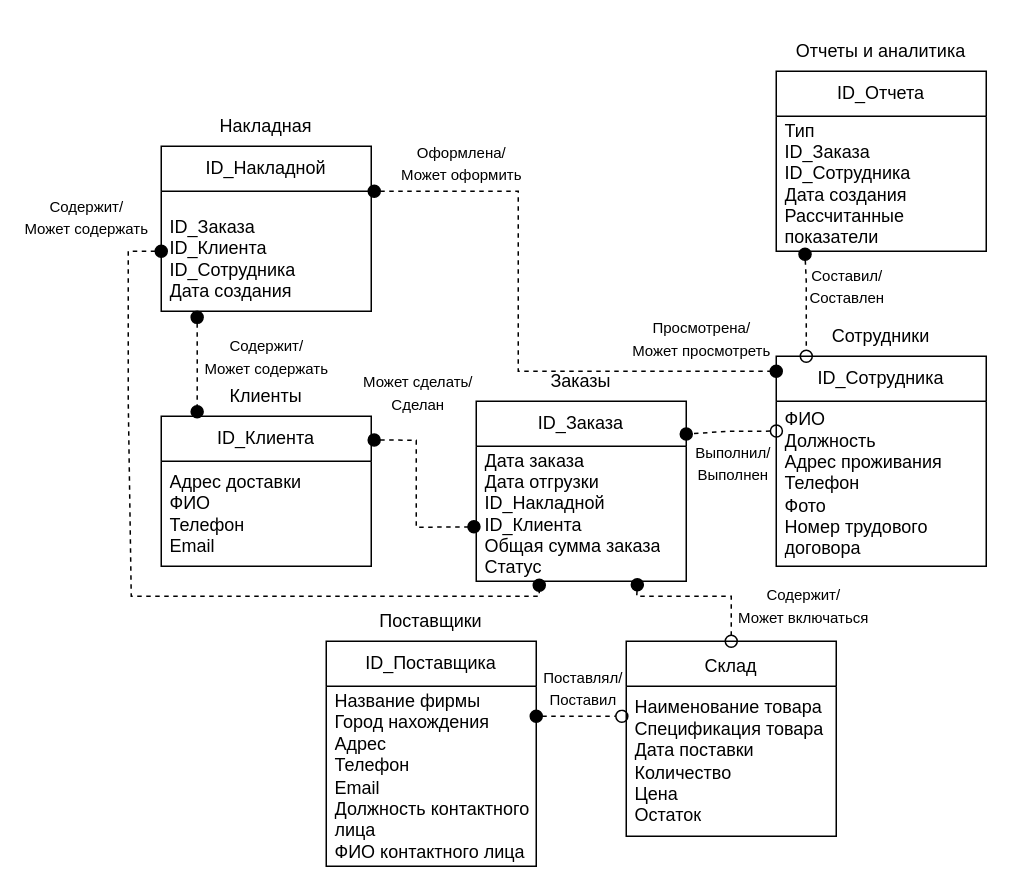
Before: ОРТПС_6.drawio in mopsin666/AKMS, a draw.io diagram. Source tidied: cells renumbered, new cells numbered last; positions are measured from the earlier drawing's top-left corner, leaving out a move shared by most shapes. Both pictures are drawn from the tidied source at 150%, with x=0, y=0 at pixel (128, 26).
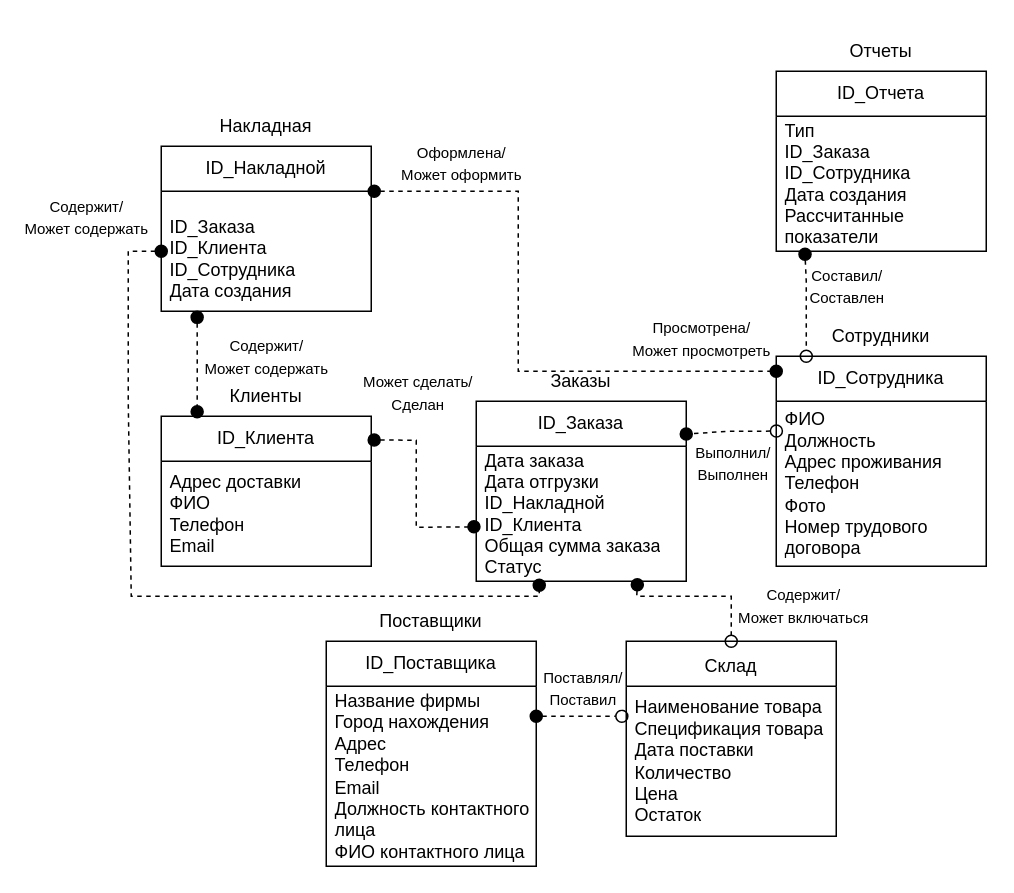
The same page after the edit.

The edit, as a diff of the source:
```diff
@@
-    <mxCell id="19" value="&lt;font style=&quot;font-size: 12px;&quot;&gt;Отчеты и аналитика&lt;/font&gt;" style="text;html=1;whiteSpace=wrap;strokeColor=none;fillColor=none;align=center;verticalAlign=middle;rounded=0;fontSize=16;" parent="1" vertex="1">
+    <mxCell id="19" value="&lt;font style=&quot;font-size: 12px;&quot;&gt;Отчеты&lt;/font&gt;" style="text;html=1;whiteSpace=wrap;strokeColor=none;fillColor=none;align=center;verticalAlign=middle;rounded=0;fontSize=16;" parent="1" vertex="1">
       <mxGeometry x="442" width="120" height="30" as="geometry" />
     </mxCell>
```
